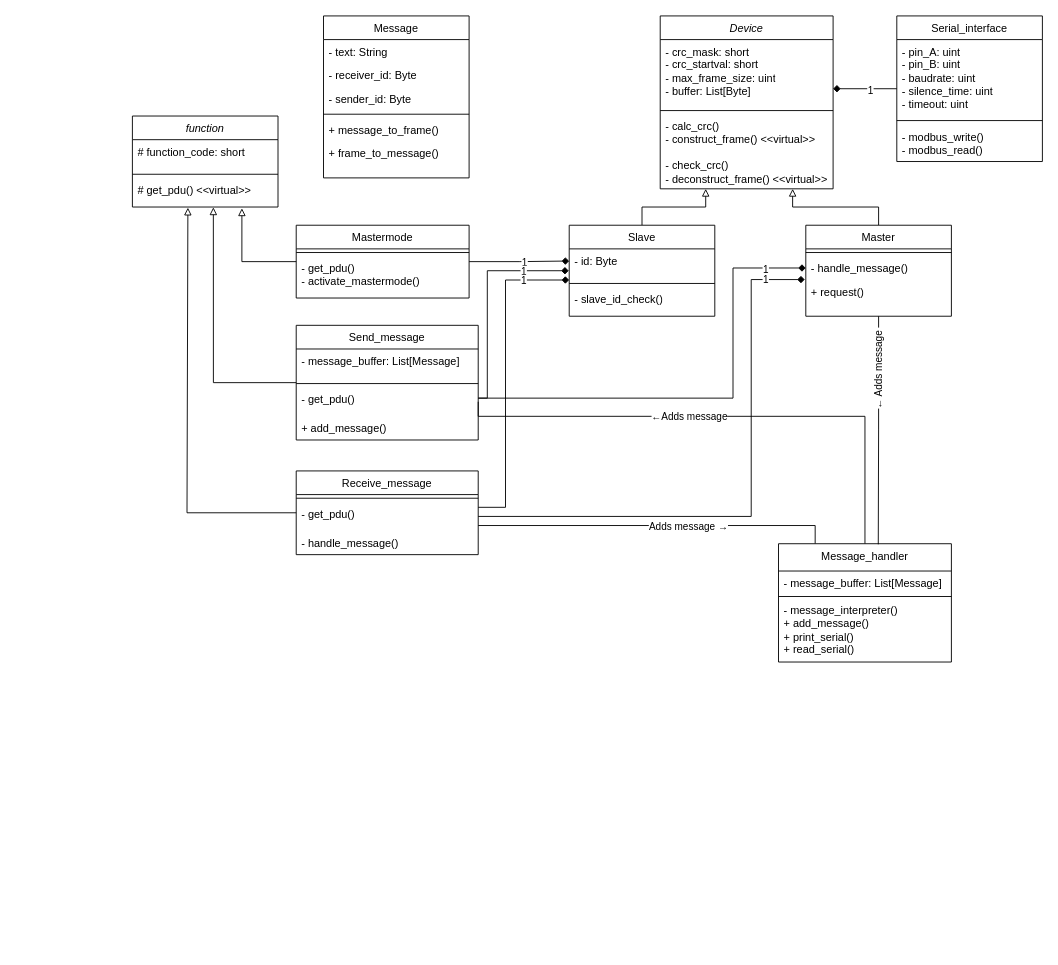
F-L-X-S/BusBricks keeps this draw.io diagram as modbus_classdiagram.drawio. Above is the earlier version. Source tidied: cells renumbered, new cells numbered last; positions are measured from the earlier drawing's top-left corner, leaving out a move shared by most shapes. Both pictures are drawn from the tidied source at 91%, with x=0, y=0 at pixel (132, 15).
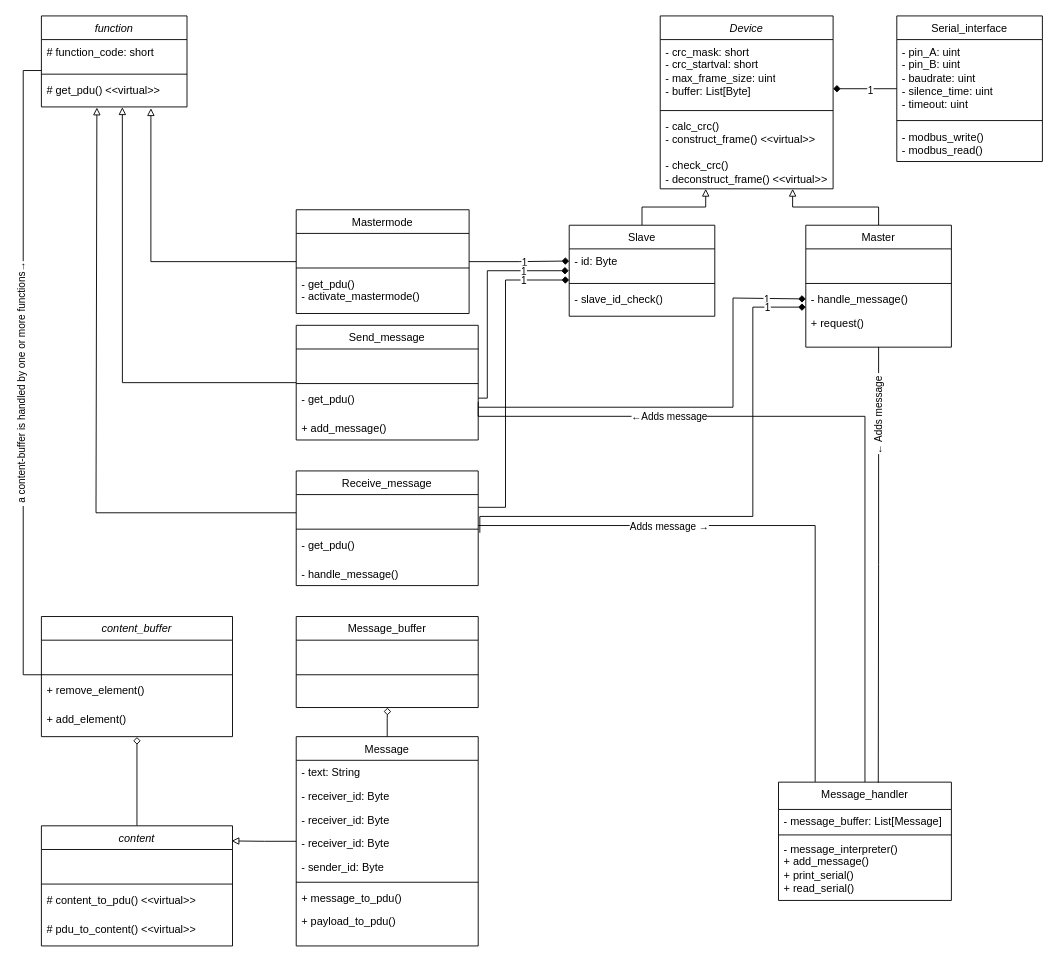
The same diagram, later.

The change refers to these unchanged cells:
```xml
<mxCell id="25" value="# get_pdu() &amp;lt;&amp;lt;virtual&amp;gt;&amp;gt;" style="text;strokeColor=none;fillColor=none;align=left;verticalAlign=top;spacingLeft=4;spacingRight=4;overflow=hidden;points=[[0,0.5],[1,0.5]];portConstraint=eastwest;whiteSpace=wrap;html=1;" parent="22" vertex="1">
  <mxGeometry y="68" width="160" height="32" as="geometry" />
</mxCell>
<mxCell id="26" style="edgeStyle=orthogonalEdgeStyle;rounded=0;jettySize=auto;html=1;entryX=1;entryY=0.5;entryDx=0;entryDy=0;endArrow=none;endFill=0;" parent="1" edge="1" source="28" target="36">
  <mxGeometry relative="1" as="geometry">
    <Array as="points">
      <mxPoint x="805" y="440" />
      <mxPoint x="380" y="440" />
    </Array>
  </mxGeometry>
</mxCell>
<mxCell id="33" value="&lt;span style=&quot;font-weight: normal;&quot;&gt;Send_message&lt;/span&gt;" style="swimlane;fontStyle=1;align=center;verticalAlign=top;horizontal=1;startSize=26;whiteSpace=wrap;html=1;" parent="1" vertex="1">
  <mxGeometry x="180" y="340" width="200" height="126" as="geometry" />
</mxCell>
<mxCell id="36" value="- get_pdu()&amp;nbsp;&lt;div&gt;&lt;br&gt;&lt;/div&gt;" style="text;strokeColor=none;fillColor=none;align=left;verticalAlign=top;spacingLeft=4;spacingRight=4;overflow=hidden;points=[[0,0.5],[1,0.5]];portConstraint=eastwest;whiteSpace=wrap;html=1;" parent="33" vertex="1">
  <mxGeometry y="68" width="200" height="32" as="geometry" />
</mxCell>
<mxCell id="53" style="edgeStyle=orthogonalEdgeStyle;rounded=0;jettySize=auto;html=1;endArrow=none;endFill=0;entryX=0.212;entryY=-0.002;entryDx=0;entryDy=0;entryPerimeter=0;" parent="1" edge="1" source="42" target="28">
  <mxGeometry relative="1" as="geometry">
    <Array as="points">
      <mxPoint x="750" y="560" />
    </Array>
  </mxGeometry>
</mxCell>
```

Diff of the diagram source:
```diff
@@
     <mxCell id="12" value="&lt;span style=&quot;font-weight: normal;&quot;&gt;Master&lt;/span&gt;" style="swimlane;fontStyle=1;align=center;verticalAlign=top;horizontal=1;startSize=26;whiteSpace=wrap;html=1;" parent="1" vertex="1">
-      <mxGeometry x="740" y="230" width="160" height="100" as="geometry" />
+      <mxGeometry x="740" y="230" width="160" height="134" as="geometry" />
     </mxCell>
+    <mxCell id="68" value="&amp;nbsp;" style="text;strokeColor=none;fillColor=none;align=left;verticalAlign=top;spacingLeft=4;spacingRight=4;overflow=hidden;whiteSpace=wrap;html=1;" parent="12" vertex="1">
+      <mxGeometry y="26" width="160" height="34" as="geometry" />
+    </mxCell>
     <mxCell id="13" style="line;strokeWidth=1;fillColor=none;align=left;verticalAlign=middle;spacingTop=-1;spacingLeft=3;spacingRight=3;labelPosition=right;strokeColor=inherit;" parent="12" vertex="1">
-      <mxGeometry y="26" width="160" height="8" as="geometry" />
+      <mxGeometry y="60" width="160" height="8" as="geometry" />
     </mxCell>
     <mxCell id="14" value="- handle_message()" style="text;strokeColor=none;fillColor=none;align=left;verticalAlign=top;spacingLeft=4;spacingRight=4;overflow=hidden;points=[[0,0.5],[1,0.5]];portConstraint=eastwest;whiteSpace=wrap;html=1;" parent="12" vertex="1">
-      <mxGeometry y="34" width="160" height="26" as="geometry" />
+      <mxGeometry y="68" width="160" height="26" as="geometry" />
     </mxCell>
     <mxCell id="15" value="+ request()" style="text;strokeColor=none;fillColor=none;align=left;verticalAlign=top;spacingLeft=4;spacingRight=4;overflow=hidden;points=[[0,0.5],[1,0.5]];portConstraint=eastwest;whiteSpace=wrap;html=1;" parent="12" vertex="1">
-      <mxGeometry y="60" width="160" height="40" as="geometry" />
+      <mxGeometry y="94" width="160" height="40" as="geometry" />
     </mxCell>
@@
     <mxCell id="22" value="&lt;i style=&quot;font-weight: normal;&quot;&gt;function&lt;/i&gt;" style="swimlane;fontStyle=1;align=center;verticalAlign=top;horizontal=1;startSize=26;whiteSpace=wrap;html=1;" parent="1" vertex="1">
-      <mxGeometry y="110" width="160" height="100" as="geometry" />
+      <mxGeometry x="-100" width="160" height="100" as="geometry" />
     </mxCell>
@@
     <mxCell id="27" value="←Adds message" style="edgeLabel;html=1;align=center;verticalAlign=middle;" parent="26" vertex="1">
       <mxGeometry x="0.15" y="2" relative="1" as="geometry">
-        <mxPoint y="-2" as="offset" />
+        <mxPoint x="-133" y="-2" as="offset" />
       </mxGeometry>
     </mxCell>
     <mxCell id="28" value="&lt;span style=&quot;font-weight: normal;&quot;&gt;Message_handler&lt;/span&gt;" style="swimlane;fontStyle=1;align=center;verticalAlign=top;horizontal=1;startSize=30;whiteSpace=wrap;html=1;" parent="1" vertex="1">
-      <mxGeometry x="710" y="580" width="190" height="130" as="geometry" />
+      <mxGeometry x="710" y="842" width="190" height="130" as="geometry" />
     </mxCell>
@@
     <mxCell id="32" style="edgeStyle=orthogonalEdgeStyle;rounded=0;jettySize=auto;html=1;entryX=0.556;entryY=1.01;entryDx=0;entryDy=0;entryPerimeter=0;endArrow=block;endFill=0;" parent="1" edge="1" source="33" target="25">
       <mxGeometry relative="1" as="geometry">
         <Array as="points">
-          <mxPoint x="89" y="403" />
+          <mxPoint x="-11" y="403" />
         </Array>
       </mxGeometry>
     </mxCell>
@@
-    <mxCell id="34" value="- message_buffer: List[Message]" style="text;strokeColor=none;fillColor=none;align=left;verticalAlign=top;spacingLeft=4;spacingRight=4;overflow=hidden;whiteSpace=wrap;html=1;" parent="33" vertex="1">
+    <mxCell id="34" value="&amp;nbsp;" style="text;strokeColor=none;fillColor=none;align=left;verticalAlign=top;spacingLeft=4;spacingRight=4;overflow=hidden;whiteSpace=wrap;html=1;" parent="33" vertex="1">
       <mxGeometry y="26" width="200" height="34" as="geometry" />
     </mxCell>
@@
     <mxCell id="38" style="edgeStyle=orthogonalEdgeStyle;rounded=0;jettySize=auto;html=1;entryX=0.752;entryY=1.044;entryDx=0;entryDy=0;entryPerimeter=0;endArrow=block;endFill=0;" parent="1" edge="1" source="39" target="25">
       <mxGeometry relative="1" as="geometry">
         <Array as="points">
-          <mxPoint x="120" y="270" />
+          <mxPoint x="20" y="270" />
         </Array>
       </mxGeometry>
     </mxCell>
     <mxCell id="39" value="&lt;span style=&quot;font-weight: 400;&quot;&gt;Mastermode&lt;/span&gt;" style="swimlane;fontStyle=1;align=center;verticalAlign=top;horizontal=1;startSize=26;whiteSpace=wrap;html=1;" parent="1" vertex="1">
-      <mxGeometry x="180" y="230" width="190" height="80" as="geometry" />
+      <mxGeometry x="180" y="213" width="190" height="114" as="geometry" />
     </mxCell>
+    <mxCell id="69" value="&amp;nbsp;" style="text;strokeColor=none;fillColor=none;align=left;verticalAlign=top;spacingLeft=4;spacingRight=4;overflow=hidden;whiteSpace=wrap;html=1;" parent="39" vertex="1">
+      <mxGeometry y="26" width="190" height="34" as="geometry" />
+    </mxCell>
     <mxCell id="40" style="line;strokeWidth=1;fillColor=none;align=left;verticalAlign=middle;spacingTop=-1;spacingLeft=3;spacingRight=3;labelPosition=right;strokeColor=inherit;" parent="39" vertex="1">
-      <mxGeometry y="26" width="190" height="8" as="geometry" />
+      <mxGeometry y="60" width="190" height="8" as="geometry" />
     </mxCell>
     <mxCell id="41" value="- get_pdu()&amp;nbsp;&lt;div&gt;- activate_mastermode()&lt;/div&gt;" style="text;strokeColor=none;fillColor=none;align=left;verticalAlign=top;spacingLeft=4;spacingRight=4;overflow=hidden;whiteSpace=wrap;html=1;" parent="39" vertex="1">
-      <mxGeometry y="34" width="190" height="46" as="geometry" />
+      <mxGeometry y="68" width="190" height="46" as="geometry" />
     </mxCell>
     <mxCell id="42" value="&lt;span style=&quot;font-weight: normal;&quot;&gt;Receive_message&lt;/span&gt;" style="swimlane;fontStyle=1;align=center;verticalAlign=top;horizontal=1;startSize=26;whiteSpace=wrap;html=1;" parent="1" vertex="1">
-      <mxGeometry x="180" y="500" width="200" height="92" as="geometry" />
+      <mxGeometry x="180" y="500" width="200" height="126" as="geometry" />
     </mxCell>
+    <mxCell id="70" value="&amp;nbsp;" style="text;strokeColor=none;fillColor=none;align=left;verticalAlign=top;spacingLeft=4;spacingRight=4;overflow=hidden;whiteSpace=wrap;html=1;" parent="42" vertex="1">
+      <mxGeometry y="26" width="200" height="34" as="geometry" />
+    </mxCell>
     <mxCell id="43" style="line;strokeWidth=1;fillColor=none;align=left;verticalAlign=middle;spacingTop=-1;spacingLeft=3;spacingRight=3;labelPosition=right;strokeColor=inherit;" parent="42" vertex="1">
-      <mxGeometry y="26" width="200" height="8" as="geometry" />
+      <mxGeometry y="60" width="200" height="8" as="geometry" />
     </mxCell>
     <mxCell id="44" value="- get_pdu()&amp;nbsp;&lt;div&gt;&lt;br&gt;&lt;/div&gt;" style="text;strokeColor=none;fillColor=none;align=left;verticalAlign=top;spacingLeft=4;spacingRight=4;overflow=hidden;points=[[0,0.5],[1,0.5]];portConstraint=eastwest;whiteSpace=wrap;html=1;" parent="42" vertex="1">
-      <mxGeometry y="34" width="200" height="32" as="geometry" />
+      <mxGeometry y="68" width="200" height="32" as="geometry" />
     </mxCell>
     <mxCell id="45" value="- handle_message()" style="text;strokeColor=none;fillColor=none;align=left;verticalAlign=top;spacingLeft=4;spacingRight=4;overflow=hidden;whiteSpace=wrap;html=1;" parent="42" vertex="1">
-      <mxGeometry y="66" width="200" height="26" as="geometry" />
+      <mxGeometry y="100" width="200" height="26" as="geometry" />
     </mxCell>
     <mxCell id="46" style="edgeStyle=orthogonalEdgeStyle;rounded=0;jettySize=auto;html=1;entryX=0.381;entryY=1.021;entryDx=0;entryDy=0;entryPerimeter=0;endArrow=block;endFill=0;" parent="1" edge="1" source="42" target="25">
       <mxGeometry relative="1" as="geometry">
         <Array as="points">
-          <mxPoint x="60" y="546" />
-          <mxPoint x="60" y="211" />
+          <mxPoint x="-40" y="546" />
+          <mxPoint x="-40" y="101" />
         </Array>
       </mxGeometry>
     </mxCell>
@@
     <mxCell id="54" value="Adds message →" style="edgeLabel;html=1;align=center;verticalAlign=middle;" parent="53" vertex="1">
       <mxGeometry x="-0.09" y="-3" relative="1" as="geometry">
-        <mxPoint x="53" y="-3" as="offset" />
+        <mxPoint x="-88" y="-3" as="offset" />
       </mxGeometry>
     </mxCell>
@@
     <mxCell id="56" value="← Adds message&amp;nbsp;" style="edgeLabel;html=1;align=center;verticalAlign=middle;rotation=270;" parent="1" vertex="1">
-      <mxGeometry x="830" y="390" as="geometry">
+      <mxGeometry x="830" y="440" as="geometry">
         <mxPoint x="1" y="-11" as="offset" />
       </mxGeometry>
     </mxCell>
+    <mxCell id="71" style="edgeStyle=orthogonalEdgeStyle;rounded=0;jettySize=auto;html=1;entryX=0.502;entryY=1.006;entryDx=0;entryDy=0;entryPerimeter=0;endArrow=diamond;endFill=0;" parent="1" edge="1" source="57" target="91">
+      <mxGeometry relative="1" as="geometry" />
+    </mxCell>
+    <mxCell id="72" style="edgeStyle=orthogonalEdgeStyle;rounded=0;jettySize=auto;html=1;entryX=0.995;entryY=0.126;entryDx=0;entryDy=0;entryPerimeter=0;endArrow=block;endFill=0;" parent="1" edge="1" source="57" target="78">
+      <mxGeometry relative="1" as="geometry" />
+    </mxCell>
     <mxCell id="57" value="&lt;span style=&quot;font-weight: 400;&quot;&gt;Message&lt;/span&gt;" style="swimlane;fontStyle=1;align=center;verticalAlign=top;horizontal=1;startSize=26;whiteSpace=wrap;html=1;" parent="1" vertex="1">
-      <mxGeometry x="210" width="160" height="178" as="geometry" />
+      <mxGeometry x="180" y="792" width="200" height="230" as="geometry" />
     </mxCell>
     <mxCell id="58" value="- text: String&amp;nbsp;" style="text;strokeColor=none;fillColor=none;align=left;verticalAlign=top;spacingLeft=4;spacingRight=4;overflow=hidden;whiteSpace=wrap;html=1;" parent="57" vertex="1">
-      <mxGeometry y="26" width="160" height="26" as="geometry" />
+      <mxGeometry y="26" width="200" height="26" as="geometry" />
     </mxCell>
+    <mxCell id="73" value="- receiver_id: Byte" style="text;strokeColor=none;fillColor=none;align=left;verticalAlign=top;spacingLeft=4;spacingRight=4;overflow=hidden;whiteSpace=wrap;html=1;" parent="57" vertex="1">
+      <mxGeometry y="52" width="200" height="26" as="geometry" />
+    </mxCell>
+    <mxCell id="74" value="- receiver_id: Byte" style="text;strokeColor=none;fillColor=none;align=left;verticalAlign=top;spacingLeft=4;spacingRight=4;overflow=hidden;whiteSpace=wrap;html=1;" parent="57" vertex="1">
+      <mxGeometry y="78" width="200" height="26" as="geometry" />
+    </mxCell>
     <mxCell id="59" value="- receiver_id: Byte" style="text;strokeColor=none;fillColor=none;align=left;verticalAlign=top;spacingLeft=4;spacingRight=4;overflow=hidden;whiteSpace=wrap;html=1;" parent="57" vertex="1">
-      <mxGeometry y="52" width="160" height="26" as="geometry" />
+      <mxGeometry y="104" width="200" height="26" as="geometry" />
     </mxCell>
     <mxCell id="60" value="- sender_id: Byte" style="text;strokeColor=none;fillColor=none;align=left;verticalAlign=top;spacingLeft=4;spacingRight=4;overflow=hidden;whiteSpace=wrap;html=1;" parent="57" vertex="1">
-      <mxGeometry y="78" width="160" height="26" as="geometry" />
+      <mxGeometry y="130" width="200" height="26" as="geometry" />
     </mxCell>
     <mxCell id="61" style="line;strokeWidth=1;fillColor=none;align=left;verticalAlign=middle;spacingTop=-1;spacingLeft=3;spacingRight=3;labelPosition=right;strokeColor=inherit;" parent="57" vertex="1">
-      <mxGeometry y="104" width="160" height="8" as="geometry" />
+      <mxGeometry y="156" width="200" height="8" as="geometry" />
     </mxCell>
-    <mxCell id="62" value="+ message_to_frame()" style="text;strokeColor=none;fillColor=none;align=left;verticalAlign=top;spacingLeft=4;spacingRight=4;overflow=hidden;whiteSpace=wrap;html=1;" parent="57" vertex="1">
-      <mxGeometry y="112" width="160" height="26" as="geometry" />
+    <mxCell id="62" value="+ message_to_pdu()" style="text;strokeColor=none;fillColor=none;align=left;verticalAlign=top;spacingLeft=4;spacingRight=4;overflow=hidden;whiteSpace=wrap;html=1;" parent="57" vertex="1">
+      <mxGeometry y="164" width="200" height="26" as="geometry" />
     </mxCell>
-    <mxCell id="63" value="+ frame_to_message()" style="text;strokeColor=none;fillColor=none;align=left;verticalAlign=top;spacingLeft=4;spacingRight=4;overflow=hidden;whiteSpace=wrap;html=1;" parent="57" vertex="1">
-      <mxGeometry y="138" width="160" height="40" as="geometry" />
+    <mxCell id="63" value="+ payload_to_pdu()" style="text;strokeColor=none;fillColor=none;align=left;verticalAlign=top;spacingLeft=4;spacingRight=4;overflow=hidden;whiteSpace=wrap;html=1;" parent="57" vertex="1">
+      <mxGeometry y="190" width="200" height="40" as="geometry" />
     </mxCell>
     <mxCell id="64" style="edgeStyle=orthogonalEdgeStyle;rounded=0;jettySize=auto;html=1;entryX=0;entryY=0.5;entryDx=0;entryDy=0;endArrow=diamond;endFill=1;" parent="1" edge="1" source="36" target="14">
       <mxGeometry relative="1" as="geometry">
         <Array as="points">
-          <mxPoint x="660" y="420" />
-          <mxPoint x="660" y="277" />
+          <mxPoint x="660" y="430" />
+          <mxPoint x="660" y="310" />
+          <mxPoint x="740" y="310" />
         </Array>
       </mxGeometry>
     </mxCell>
@@
-    <mxCell id="66" style="edgeStyle=orthogonalEdgeStyle;rounded=0;jettySize=auto;html=1;entryX=-0.007;entryY=-0.007;entryDx=0;entryDy=0;entryPerimeter=0;endArrow=diamond;endFill=1;" parent="1" edge="1" source="44" target="15">
+    <mxCell id="66" style="edgeStyle=orthogonalEdgeStyle;rounded=0;orthogonalLoop=1;jettySize=auto;html=1;endArrow=diamond;endFill=1;entryX=-0.011;entryY=0.846;entryDx=0;entryDy=0;entryPerimeter=0;" parent="1" edge="1">
       <mxGeometry relative="1" as="geometry">
+        <mxPoint x="381.8" y="568" as="sourcePoint" />
+        <mxPoint x="740" y="320" as="targetPoint" />
         <Array as="points">
-          <mxPoint x="680" y="550" />
-          <mxPoint x="680" y="290" />
-          <mxPoint x="739" y="290" />
+          <mxPoint x="381.8" y="550" />
+          <mxPoint x="681.8" y="550" />
+          <mxPoint x="681.8" y="320" />
         </Array>
       </mxGeometry>
     </mxCell>
@@
+    <mxCell id="75" style="edgeStyle=orthogonalEdgeStyle;rounded=0;orthogonalLoop=1;jettySize=auto;html=1;endArrow=none;endFill=0;" parent="1" edge="1">
+      <mxGeometry relative="1" as="geometry">
+        <mxPoint x="-100" y="724" as="sourcePoint" />
+        <mxPoint x="-100" y="60" as="targetPoint" />
+        <Array as="points">
+          <mxPoint x="-120" y="724" />
+          <mxPoint x="-120" y="60" />
+          <mxPoint x="-100" y="60" />
+        </Array>
+      </mxGeometry>
+    </mxCell>
+    <mxCell id="76" value="&amp;nbsp;a content-buffer is handled by one or more functions→" style="edgeLabel;html=1;align=center;verticalAlign=middle;rotation=-90;" parent="75" vertex="1">
+      <mxGeometry x="-0.04" y="2" relative="1" as="geometry" />
+    </mxCell>
+    <mxCell id="77" style="edgeStyle=orthogonalEdgeStyle;rounded=0;jettySize=auto;html=1;entryX=0.5;entryY=1.013;entryDx=0;entryDy=0;entryPerimeter=0;endArrow=diamond;endFill=0;" parent="1" edge="1" source="78" target="87">
+      <mxGeometry relative="1" as="geometry" />
+    </mxCell>
+    <mxCell id="78" value="&lt;i style=&quot;font-weight: normal;&quot;&gt;content&lt;/i&gt;" style="swimlane;fontStyle=1;align=center;verticalAlign=top;horizontal=1;startSize=26;whiteSpace=wrap;html=1;" parent="1" vertex="1">
+      <mxGeometry x="-100" y="890" width="210" height="132" as="geometry" />
+    </mxCell>
+    <mxCell id="79" value="&amp;nbsp;" style="text;strokeColor=none;fillColor=none;align=left;verticalAlign=top;spacingLeft=4;spacingRight=4;overflow=hidden;whiteSpace=wrap;html=1;" parent="78" vertex="1">
+      <mxGeometry y="26" width="210" height="34" as="geometry" />
+    </mxCell>
+    <mxCell id="80" style="line;strokeWidth=1;fillColor=none;align=left;verticalAlign=middle;spacingTop=-1;spacingLeft=3;spacingRight=3;labelPosition=right;strokeColor=inherit;" parent="78" vertex="1">
+      <mxGeometry y="60" width="210" height="8" as="geometry" />
+    </mxCell>
+    <mxCell id="81" value="# content_to_pdu()&amp;nbsp;&amp;lt;&amp;lt;virtual&amp;gt;&amp;gt;" style="text;strokeColor=none;fillColor=none;align=left;verticalAlign=top;spacingLeft=4;spacingRight=4;overflow=hidden;whiteSpace=wrap;html=1;" parent="78" vertex="1">
+      <mxGeometry y="68" width="210" height="32" as="geometry" />
+    </mxCell>
+    <mxCell id="82" value="# pdu_to_content()&amp;nbsp;&amp;lt;&amp;lt;virtual&amp;gt;&amp;gt;" style="text;strokeColor=none;fillColor=none;align=left;verticalAlign=top;spacingLeft=4;spacingRight=4;overflow=hidden;whiteSpace=wrap;html=1;" parent="78" vertex="1">
+      <mxGeometry y="100" width="210" height="32" as="geometry" />
+    </mxCell>
+    <mxCell id="83" value="&lt;i style=&quot;font-weight: normal;&quot;&gt;content_buffer&lt;/i&gt;" style="swimlane;fontStyle=1;align=center;verticalAlign=top;horizontal=1;startSize=26;whiteSpace=wrap;html=1;" parent="1" vertex="1">
+      <mxGeometry x="-100" y="660" width="210" height="132" as="geometry" />
+    </mxCell>
+    <mxCell id="84" value="&amp;nbsp;" style="text;strokeColor=none;fillColor=none;align=left;verticalAlign=top;spacingLeft=4;spacingRight=4;overflow=hidden;whiteSpace=wrap;html=1;" parent="83" vertex="1">
+      <mxGeometry y="26" width="210" height="34" as="geometry" />
+    </mxCell>
+    <mxCell id="85" style="line;strokeWidth=1;fillColor=none;align=left;verticalAlign=middle;spacingTop=-1;spacingLeft=3;spacingRight=3;labelPosition=right;strokeColor=inherit;" parent="83" vertex="1">
+      <mxGeometry y="60" width="210" height="8" as="geometry" />
+    </mxCell>
+    <mxCell id="86" value="+ remove_element()" style="text;strokeColor=none;fillColor=none;align=left;verticalAlign=top;spacingLeft=4;spacingRight=4;overflow=hidden;whiteSpace=wrap;html=1;" parent="83" vertex="1">
+      <mxGeometry y="68" width="210" height="32" as="geometry" />
+    </mxCell>
+    <mxCell id="87" value="+ add_element()" style="text;strokeColor=none;fillColor=none;align=left;verticalAlign=top;spacingLeft=4;spacingRight=4;overflow=hidden;points=[[0,0.5],[1,0.5]];portConstraint=eastwest;whiteSpace=wrap;html=1;" parent="83" vertex="1">
+      <mxGeometry y="100" width="210" height="32" as="geometry" />
+    </mxCell>
+    <mxCell id="88" value="&lt;span style=&quot;font-weight: normal;&quot;&gt;Message_buffer&lt;/span&gt;" style="swimlane;fontStyle=1;align=center;verticalAlign=top;horizontal=1;startSize=26;whiteSpace=wrap;html=1;" parent="1" vertex="1">
+      <mxGeometry x="180" y="660" width="200" height="100" as="geometry" />
+    </mxCell>
+    <mxCell id="89" value="&amp;nbsp;" style="text;strokeColor=none;fillColor=none;align=left;verticalAlign=top;spacingLeft=4;spacingRight=4;overflow=hidden;whiteSpace=wrap;html=1;" parent="88" vertex="1">
+      <mxGeometry y="26" width="200" height="34" as="geometry" />
+    </mxCell>
+    <mxCell id="90" style="line;strokeWidth=1;fillColor=none;align=left;verticalAlign=middle;spacingTop=-1;spacingLeft=3;spacingRight=3;labelPosition=right;strokeColor=inherit;" parent="88" vertex="1">
+      <mxGeometry y="60" width="200" height="8" as="geometry" />
+    </mxCell>
+    <mxCell id="91" value="&amp;nbsp;" style="text;strokeColor=none;fillColor=none;align=left;verticalAlign=top;spacingLeft=4;spacingRight=4;overflow=hidden;points=[[0,0.5],[1,0.5]];portConstraint=eastwest;whiteSpace=wrap;html=1;" parent="88" vertex="1">
+      <mxGeometry y="68" width="200" height="32" as="geometry" />
+    </mxCell>
```
